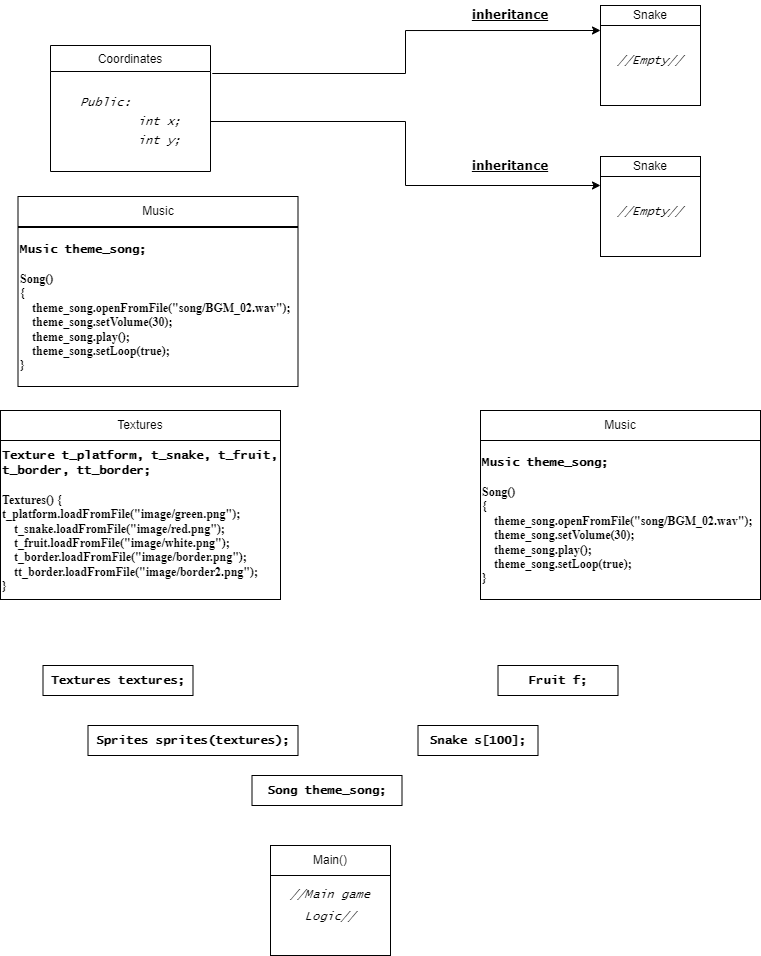
Earlier version of the draw.io export OOP_Snake_Project.drawio.png (MuhammadHamzaKhanMarwat/oop-SNAKE-project). Source tidied: cells renumbered, new cells last; positions are measured from the earlier drawing's top-left corner, leaving out a move shared by most shapes.
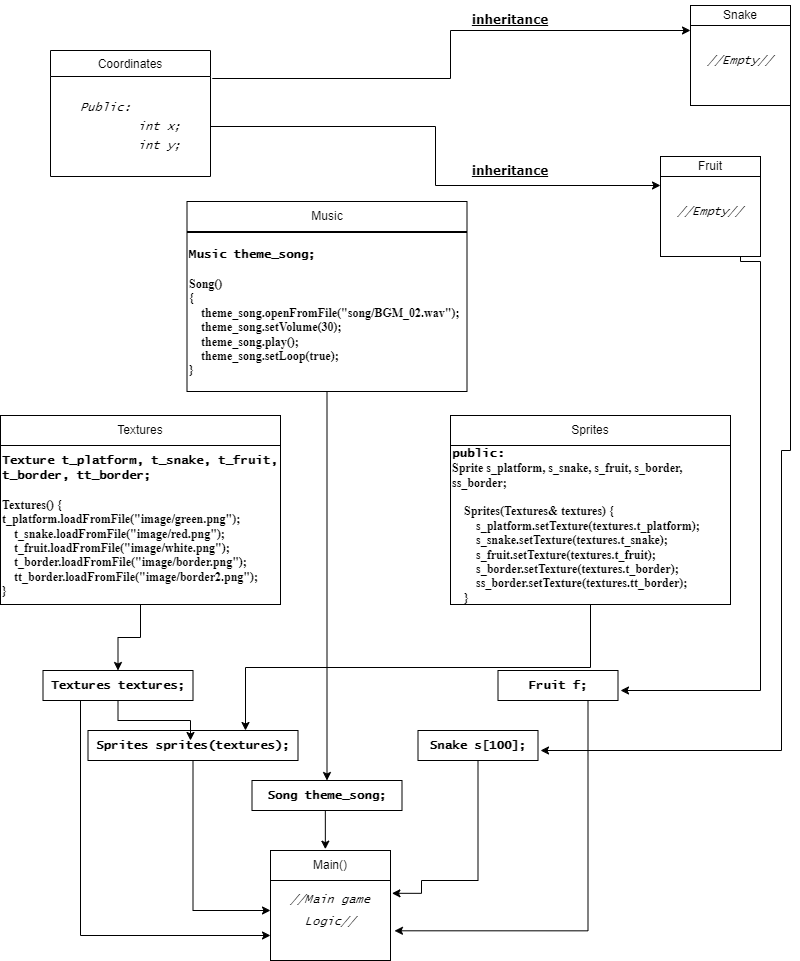
After the commit.

What changed in the source:
```diff
@@ -8,29 +8,46 @@
     <mxCell id="3" value="&lt;h4 style=&quot;line-height: 150%;&quot;&gt;&lt;div style=&quot;text-align: justify; line-height: 150%;&quot;&gt;&lt;i style=&quot;background-color: initial; font-weight: normal;&quot;&gt;&lt;font face=&quot;Lucida Console&quot;&gt;Public:&lt;/font&gt;&lt;/i&gt;&lt;/div&gt;&lt;div style=&quot;text-align: justify; line-height: 150%;&quot;&gt;&lt;i style=&quot;background-color: initial; font-weight: normal;&quot;&gt;&lt;font face=&quot;Lucida Console&quot;&gt;&lt;span style=&quot;white-space: pre;&quot;&gt;&#9;&lt;/span&gt;int x;&lt;/font&gt;&lt;/i&gt;&lt;/div&gt;&lt;i style=&quot;&quot;&gt;&lt;div style=&quot;text-align: justify; line-height: 150%;&quot;&gt;&lt;i style=&quot;background-color: initial; font-weight: normal;&quot;&gt;&lt;font face=&quot;Lucida Console&quot;&gt;&lt;span style=&quot;white-space: pre;&quot;&gt;&#9;&lt;/span&gt;int y;&lt;/font&gt;&lt;/i&gt;&lt;/div&gt;&lt;/i&gt;&lt;/h4&gt;" style="text;html=1;align=center;verticalAlign=middle;points=[];strokeColor=none;fillColor=none;" parent="2" vertex="1">
       <mxGeometry y="26" width="160" height="100" as="geometry" />
     </mxCell>
+    <mxCell id="29" style="edgeStyle=orthogonalEdgeStyle;rounded=0;jettySize=auto;html=1;exitX=1;exitY=1;exitDx=0;exitDy=0;" parent="1" edge="1" source="4">
+      <mxGeometry relative="1" as="geometry">
+        <mxPoint x="540" y="745" as="targetPoint" />
+        <Array as="points">
+          <mxPoint x="790" y="445" />
+          <mxPoint x="781" y="445" />
+          <mxPoint x="781" y="745" />
+        </Array>
+      </mxGeometry>
+    </mxCell>
     <mxCell id="4" style="whiteSpace=wrap;html=1;" parent="1" vertex="1">
-      <mxGeometry x="600" y="5" width="100" height="100" as="geometry" />
+      <mxGeometry x="690" width="100" height="100" as="geometry" />
     </mxCell>
     <mxCell id="5" style="rounded=0;whiteSpace=wrap;html=1;" parent="1" vertex="1">
-      <mxGeometry x="600" y="5" width="100" height="20" as="geometry" />
+      <mxGeometry x="690" width="100" height="20" as="geometry" />
     </mxCell>
     <mxCell id="6" value="Snake" style="text;html=1;strokeColor=none;fillColor=none;align=center;verticalAlign=middle;whiteSpace=wrap;rounded=0;" parent="1" vertex="1">
-      <mxGeometry x="620" width="60" height="30" as="geometry" />
+      <mxGeometry x="710" y="-5" width="60" height="30" as="geometry" />
     </mxCell>
     <mxCell id="7" value="&lt;i&gt;&lt;font face=&quot;Lucida Console&quot;&gt;//Empty//&lt;/font&gt;&lt;/i&gt;" style="text;html=1;strokeColor=none;fillColor=none;align=center;verticalAlign=middle;whiteSpace=wrap;rounded=0;" parent="1" vertex="1">
-      <mxGeometry x="620" y="45" width="60" height="30" as="geometry" />
+      <mxGeometry x="710" y="40" width="60" height="30" as="geometry" />
     </mxCell>
+    <mxCell id="30" style="edgeStyle=orthogonalEdgeStyle;rounded=0;jettySize=auto;html=1;" parent="1" edge="1" source="8">
+      <mxGeometry relative="1" as="geometry">
+        <mxPoint x="620" y="685" as="targetPoint" />
+        <Array as="points">
+          <mxPoint x="740" y="256" />
+          <mxPoint x="760" y="256" />
+          <mxPoint x="760" y="685" />
+        </Array>
+      </mxGeometry>
+    </mxCell>
     <mxCell id="8" style="whiteSpace=wrap;html=1;" parent="1" vertex="1">
-      <mxGeometry x="600" y="156" width="100" height="100" as="geometry" />
+      <mxGeometry x="660" y="151" width="100" height="100" as="geometry" />
     </mxCell>
-    <mxCell id="9" style="rounded=0;whiteSpace=wrap;html=1;" parent="1" vertex="1">
-      <mxGeometry x="600" y="156" width="100" height="20" as="geometry" />
+    <mxCell id="9" value="Fruit" style="rounded=0;whiteSpace=wrap;html=1;" parent="1" vertex="1">
+      <mxGeometry x="660" y="151" width="100" height="20" as="geometry" />
     </mxCell>
-    <mxCell id="10" value="Snake" style="text;html=1;strokeColor=none;fillColor=none;align=center;verticalAlign=middle;whiteSpace=wrap;rounded=0;" parent="1" vertex="1">
-      <mxGeometry x="620" y="151" width="60" height="30" as="geometry" />
-    </mxCell>
     <mxCell id="11" value="&lt;i&gt;&lt;font face=&quot;Lucida Console&quot;&gt;//Empty//&lt;/font&gt;&lt;/i&gt;" style="text;html=1;strokeColor=none;fillColor=none;align=center;verticalAlign=middle;whiteSpace=wrap;rounded=0;" parent="1" vertex="1">
-      <mxGeometry x="620" y="196" width="60" height="30" as="geometry" />
+      <mxGeometry x="680" y="191" width="60" height="30" as="geometry" />
     </mxCell>
     <mxCell id="12" style="edgeStyle=orthogonalEdgeStyle;rounded=0;jettySize=auto;html=1;entryX=0;entryY=0.25;entryDx=0;entryDy=0;exitX=1.011;exitY=0.02;exitDx=0;exitDy=0;exitPerimeter=0;" parent="1" edge="1" source="3" target="4">
       <mxGeometry relative="1" as="geometry" />
@@ -50,38 +67,75 @@
     <mxCell id="17" value="&lt;b style=&quot;&quot;&gt;&lt;u style=&quot;&quot;&gt;&lt;font face=&quot;Verdana&quot;&gt;inheritance&lt;/font&gt;&lt;/u&gt;&lt;/b&gt;" style="text;html=1;strokeColor=none;fillColor=none;align=center;verticalAlign=middle;whiteSpace=wrap;rounded=0;" parent="1" vertex="1">
       <mxGeometry x="480" width="60" height="30" as="geometry" />
     </mxCell>
+    <mxCell id="31" style="edgeStyle=orthogonalEdgeStyle;rounded=0;jettySize=auto;html=1;entryX=1.012;entryY=0.328;entryDx=0;entryDy=0;entryPerimeter=0;" parent="1" edge="1" source="18" target="14">
+      <mxGeometry relative="1" as="geometry">
+        <Array as="points">
+          <mxPoint x="478" y="875" />
+          <mxPoint x="421" y="875" />
+          <mxPoint x="421" y="888" />
+        </Array>
+      </mxGeometry>
+    </mxCell>
     <mxCell id="18" value="&lt;font face=&quot;Lucida Console&quot;&gt;&lt;b&gt;Snake s[100];&lt;/b&gt;&lt;/font&gt;" style="rounded=0;whiteSpace=wrap;html=1;" parent="1" vertex="1">
       <mxGeometry x="417.5" y="725" width="120" height="30" as="geometry" />
     </mxCell>
+    <mxCell id="32" style="edgeStyle=orthogonalEdgeStyle;rounded=0;jettySize=auto;html=1;exitX=0.75;exitY=1;exitDx=0;exitDy=0;entryX=1.033;entryY=0.703;entryDx=0;entryDy=0;entryPerimeter=0;" parent="1" edge="1" source="19" target="14">
+      <mxGeometry relative="1" as="geometry">
+        <Array as="points">
+          <mxPoint x="588" y="925" />
+        </Array>
+      </mxGeometry>
+    </mxCell>
     <mxCell id="19" value="&lt;b style=&quot;border-color: var(--border-color); font-family: &amp;quot;Lucida Console&amp;quot;;&quot;&gt;Fruit f;&lt;/b&gt;" style="rounded=0;whiteSpace=wrap;html=1;" parent="1" vertex="1">
       <mxGeometry x="497.5" y="665" width="120" height="30" as="geometry" />
     </mxCell>
     <mxCell id="20" value="&lt;font face=&quot;Lucida Console&quot;&gt;&lt;b&gt;Song theme_song;&lt;/b&gt;&lt;/font&gt;" style="rounded=0;whiteSpace=wrap;html=1;" parent="1" vertex="1">
       <mxGeometry x="251.5" y="775" width="150" height="30" as="geometry" />
     </mxCell>
+    <mxCell id="33" style="edgeStyle=orthogonalEdgeStyle;rounded=0;jettySize=auto;html=1;exitX=0.25;exitY=1;exitDx=0;exitDy=0;entryX=0;entryY=0.75;entryDx=0;entryDy=0;" parent="1" edge="1" source="21" target="14">
+      <mxGeometry relative="1" as="geometry" />
+    </mxCell>
     <mxCell id="21" value="&lt;font face=&quot;Lucida Console&quot;&gt;&lt;b&gt;Textures textures;&lt;/b&gt;&lt;/font&gt;" style="rounded=0;whiteSpace=wrap;html=1;" parent="1" vertex="1">
       <mxGeometry x="42.5" y="665" width="150" height="30" as="geometry" />
     </mxCell>
+    <mxCell id="34" style="edgeStyle=orthogonalEdgeStyle;rounded=0;jettySize=auto;html=1;entryX=0;entryY=0.5;entryDx=0;entryDy=0;" parent="1" edge="1" source="22" target="14">
+      <mxGeometry relative="1" as="geometry" />
+    </mxCell>
     <mxCell id="22" value="&lt;font face=&quot;Lucida Console&quot;&gt;&lt;b&gt;Sprites sprites(textures);&lt;/b&gt;&lt;/font&gt;" style="rounded=0;whiteSpace=wrap;html=1;" parent="1" vertex="1">
       <mxGeometry x="87.5" y="725" width="210" height="30" as="geometry" />
     </mxCell>
     <mxCell id="23" value="Music" style="rounded=0;whiteSpace=wrap;html=1;" parent="1" vertex="1">
-      <mxGeometry x="17.5" y="196" width="280" height="30" as="geometry" />
+      <mxGeometry x="186.5" y="196" width="280" height="30" as="geometry" />
     </mxCell>
+    <mxCell id="35" style="edgeStyle=orthogonalEdgeStyle;rounded=0;jettySize=auto;html=1;exitX=0.5;exitY=1;exitDx=0;exitDy=0;" parent="1" edge="1" source="24" target="20">
+      <mxGeometry relative="1" as="geometry" />
+    </mxCell>
     <mxCell id="24" value="&lt;div&gt;&lt;font face=&quot;Lucida Console&quot;&gt;&lt;b&gt;Music theme_song;&lt;/b&gt;&lt;/font&gt;&lt;/div&gt;&lt;div&gt;&lt;font face=&quot;EmI8eARShOcy2984bDzH&quot;&gt;&lt;b&gt;&lt;br&gt;&lt;/b&gt;&lt;/font&gt;&lt;/div&gt;&lt;div&gt;&lt;font face=&quot;EmI8eARShOcy2984bDzH&quot;&gt;&lt;b&gt;Song()&amp;nbsp;&lt;/b&gt;&lt;/font&gt;&lt;/div&gt;&lt;div&gt;&lt;font face=&quot;EmI8eARShOcy2984bDzH&quot;&gt;&lt;b&gt;{&lt;/b&gt;&lt;/font&gt;&lt;/div&gt;&lt;div&gt;&lt;font face=&quot;EmI8eARShOcy2984bDzH&quot;&gt;&lt;b&gt;&amp;nbsp; &amp;nbsp; theme_song.openFromFile(&quot;song/BGM_02.wav&quot;);&lt;span style=&quot;&quot;&gt;&lt;/span&gt;&lt;/b&gt;&lt;/font&gt;&lt;/div&gt;&lt;div&gt;&lt;span style=&quot;&quot;&gt;&lt;font face=&quot;EmI8eARShOcy2984bDzH&quot;&gt;&lt;b&gt;&lt;span style=&quot;&quot;&gt;&lt;span style=&quot;white-space: pre;&quot;&gt;&amp;nbsp;&amp;nbsp;&amp;nbsp;&amp;nbsp;&lt;/span&gt;&lt;/span&gt;theme_song.setVolume(30);&lt;/b&gt;&lt;/font&gt;&lt;/span&gt;&lt;/div&gt;&lt;div&gt;&lt;span style=&quot;&quot;&gt;&lt;font face=&quot;EmI8eARShOcy2984bDzH&quot;&gt;&lt;b&gt;&lt;span style=&quot;&quot;&gt;&lt;span style=&quot;white-space: pre;&quot;&gt;&amp;nbsp;&amp;nbsp;&amp;nbsp;&amp;nbsp;&lt;/span&gt;&lt;/span&gt;theme_song.play();&lt;/b&gt;&lt;/font&gt;&lt;/span&gt;&lt;/div&gt;&lt;div&gt;&lt;span style=&quot;&quot;&gt;&lt;font face=&quot;EmI8eARShOcy2984bDzH&quot;&gt;&lt;b&gt;&lt;span style=&quot;&quot;&gt;&lt;span style=&quot;white-space: pre;&quot;&gt;&amp;nbsp;&amp;nbsp;&amp;nbsp;&amp;nbsp;&lt;/span&gt;&lt;/span&gt;theme_song.setLoop(true);&lt;/b&gt;&lt;/font&gt;&lt;/span&gt;&lt;/div&gt;&lt;div&gt;&lt;font face=&quot;EmI8eARShOcy2984bDzH&quot;&gt;&lt;b&gt;}&lt;/b&gt;&lt;/font&gt;&lt;/div&gt;" style="rounded=0;whiteSpace=wrap;html=1;align=left;" parent="1" vertex="1">
-      <mxGeometry x="17.5" y="227" width="280" height="159" as="geometry" />
+      <mxGeometry x="186.5" y="227" width="280" height="159" as="geometry" />
     </mxCell>
     <mxCell id="25" value="Textures" style="rounded=0;whiteSpace=wrap;html=1;" parent="1" vertex="1">
       <mxGeometry y="410" width="280" height="30" as="geometry" />
     </mxCell>
+    <mxCell id="36" style="edgeStyle=orthogonalEdgeStyle;rounded=0;jettySize=auto;html=1;" parent="1" edge="1" source="26" target="21">
+      <mxGeometry relative="1" as="geometry" />
+    </mxCell>
     <mxCell id="26" value="&lt;div&gt;&lt;font style=&quot;&quot; face=&quot;Lucida Console&quot;&gt;&lt;b&gt;Texture t_platform, t_snake, t_fruit, t_border, tt_border;&lt;/b&gt;&lt;/font&gt;&lt;/div&gt;&lt;div&gt;&lt;font face=&quot;qkfW8gjGQyR6Fdm8LcyY&quot;&gt;&lt;b&gt;&lt;br&gt;&lt;/b&gt;&lt;/font&gt;&lt;/div&gt;&lt;div&gt;&lt;font face=&quot;qkfW8gjGQyR6Fdm8LcyY&quot;&gt;&lt;b&gt;Textures() {&lt;/b&gt;&lt;/font&gt;&lt;/div&gt;&lt;div&gt;&lt;font face=&quot;qkfW8gjGQyR6Fdm8LcyY&quot;&gt;&lt;b&gt;t_platform.loadFromFile(&quot;image/green.png&quot;);&lt;span style=&quot;&quot;&gt;&lt;/span&gt;&lt;/b&gt;&lt;/font&gt;&lt;/div&gt;&lt;div&gt;&lt;span style=&quot;&quot;&gt;&lt;font face=&quot;qkfW8gjGQyR6Fdm8LcyY&quot;&gt;&lt;b&gt;&lt;span style=&quot;&quot;&gt;&lt;span style=&quot;white-space: pre;&quot;&gt;&amp;nbsp;&amp;nbsp;&amp;nbsp;&amp;nbsp;&lt;/span&gt;&lt;/span&gt;t_snake.loadFromFile(&quot;image/red.png&quot;);&lt;/b&gt;&lt;/font&gt;&lt;/span&gt;&lt;/div&gt;&lt;div&gt;&lt;span style=&quot;&quot;&gt;&lt;font face=&quot;qkfW8gjGQyR6Fdm8LcyY&quot;&gt;&lt;b&gt;&lt;span style=&quot;&quot;&gt;&lt;span style=&quot;white-space: pre;&quot;&gt;&amp;nbsp;&amp;nbsp;&amp;nbsp;&amp;nbsp;&lt;/span&gt;&lt;/span&gt;t_fruit.loadFromFile(&quot;image/white.png&quot;);&lt;/b&gt;&lt;/font&gt;&lt;/span&gt;&lt;/div&gt;&lt;div&gt;&lt;span style=&quot;&quot;&gt;&lt;font face=&quot;qkfW8gjGQyR6Fdm8LcyY&quot;&gt;&lt;b&gt;&lt;span style=&quot;&quot;&gt;&lt;span style=&quot;white-space: pre;&quot;&gt;&amp;nbsp;&amp;nbsp;&amp;nbsp;&amp;nbsp;&lt;/span&gt;&lt;/span&gt;t_border.loadFromFile(&quot;image/border.png&quot;);&lt;/b&gt;&lt;/font&gt;&lt;/span&gt;&lt;/div&gt;&lt;div&gt;&lt;span style=&quot;&quot;&gt;&lt;font face=&quot;qkfW8gjGQyR6Fdm8LcyY&quot;&gt;&lt;b&gt;&lt;span style=&quot;&quot;&gt;&lt;span style=&quot;white-space: pre;&quot;&gt;&amp;nbsp;&amp;nbsp;&amp;nbsp;&amp;nbsp;&lt;/span&gt;&lt;/span&gt;tt_border.loadFromFile(&quot;image/border2.png&quot;);&lt;/b&gt;&lt;/font&gt;&lt;/span&gt;&lt;/div&gt;&lt;div&gt;&lt;font style=&quot;&quot; face=&quot;qkfW8gjGQyR6Fdm8LcyY&quot;&gt;&lt;b&gt;}&lt;/b&gt;&lt;/font&gt;&lt;/div&gt;" style="rounded=0;whiteSpace=wrap;html=1;align=left;" parent="1" vertex="1">
       <mxGeometry y="440" width="280" height="159" as="geometry" />
     </mxCell>
-    <mxCell id="27" value="Music" style="rounded=0;whiteSpace=wrap;html=1;" parent="1" vertex="1">
-      <mxGeometry x="480" y="410" width="280" height="30" as="geometry" />
+    <mxCell id="27" value="Sprites" style="rounded=0;whiteSpace=wrap;html=1;" parent="1" vertex="1">
+      <mxGeometry x="450" y="410" width="280" height="30" as="geometry" />
     </mxCell>
+    <mxCell id="37" style="edgeStyle=orthogonalEdgeStyle;rounded=0;jettySize=auto;html=1;exitX=0.5;exitY=1;exitDx=0;exitDy=0;entryX=0.75;entryY=0;entryDx=0;entryDy=0;" parent="1" edge="1" source="28" target="22">
+      <mxGeometry relative="1" as="geometry" />
+    </mxCell>
-    <mxCell id="28" value="&lt;div&gt;&lt;font face=&quot;Lucida Console&quot;&gt;&lt;b&gt;Music theme_song;&lt;/b&gt;&lt;/font&gt;&lt;/div&gt;&lt;div&gt;&lt;font face=&quot;EmI8eARShOcy2984bDzH&quot;&gt;&lt;b&gt;&lt;br&gt;&lt;/b&gt;&lt;/font&gt;&lt;/div&gt;&lt;div&gt;&lt;font face=&quot;EmI8eARShOcy2984bDzH&quot;&gt;&lt;b&gt;Song()&amp;nbsp;&lt;/b&gt;&lt;/font&gt;&lt;/div&gt;&lt;div&gt;&lt;font face=&quot;EmI8eARShOcy2984bDzH&quot;&gt;&lt;b&gt;{&lt;/b&gt;&lt;/font&gt;&lt;/div&gt;&lt;div&gt;&lt;font face=&quot;EmI8eARShOcy2984bDzH&quot;&gt;&lt;b&gt;&amp;nbsp; &amp;nbsp; theme_song.openFromFile(&quot;song/BGM_02.wav&quot;);&lt;span style=&quot;&quot;&gt;&lt;/span&gt;&lt;/b&gt;&lt;/font&gt;&lt;/div&gt;&lt;div&gt;&lt;span style=&quot;&quot;&gt;&lt;font face=&quot;EmI8eARShOcy2984bDzH&quot;&gt;&lt;b&gt;&lt;span style=&quot;&quot;&gt;&lt;span style=&quot;white-space: pre;&quot;&gt;&amp;nbsp;&amp;nbsp;&amp;nbsp;&amp;nbsp;&lt;/span&gt;&lt;/span&gt;theme_song.setVolume(30);&lt;/b&gt;&lt;/font&gt;&lt;/span&gt;&lt;/div&gt;&lt;div&gt;&lt;span style=&quot;&quot;&gt;&lt;font face=&quot;EmI8eARShOcy2984bDzH&quot;&gt;&lt;b&gt;&lt;span style=&quot;&quot;&gt;&lt;span style=&quot;white-space: pre;&quot;&gt;&amp;nbsp;&amp;nbsp;&amp;nbsp;&amp;nbsp;&lt;/span&gt;&lt;/span&gt;theme_song.play();&lt;/b&gt;&lt;/font&gt;&lt;/span&gt;&lt;/div&gt;&lt;div&gt;&lt;span style=&quot;&quot;&gt;&lt;font face=&quot;EmI8eARShOcy2984bDzH&quot;&gt;&lt;b&gt;&lt;span style=&quot;&quot;&gt;&lt;span style=&quot;white-space: pre;&quot;&gt;&amp;nbsp;&amp;nbsp;&amp;nbsp;&amp;nbsp;&lt;/span&gt;&lt;/span&gt;theme_song.setLoop(true);&lt;/b&gt;&lt;/font&gt;&lt;/span&gt;&lt;/div&gt;&lt;div&gt;&lt;font face=&quot;EmI8eARShOcy2984bDzH&quot;&gt;&lt;b&gt;}&lt;/b&gt;&lt;/font&gt;&lt;/div&gt;" style="rounded=0;whiteSpace=wrap;html=1;align=left;" parent="1" vertex="1">
-      <mxGeometry x="480" y="440" width="280" height="159" as="geometry" />
+    <mxCell id="28" value="&lt;div&gt;&lt;font style=&quot;&quot; face=&quot;Lucida Console&quot;&gt;&lt;b&gt;public:&lt;/b&gt;&lt;/font&gt;&lt;/div&gt;&lt;div&gt;&lt;font face=&quot;yuA3Xb2LigXVsa4bIMqP&quot;&gt;&lt;b&gt;Sprite s_platform, s_snake, s_fruit, s_border, ss_border;&lt;span style=&quot;&quot;&gt;&lt;/span&gt;&lt;/b&gt;&lt;/font&gt;&lt;/div&gt;&lt;div&gt;&lt;font face=&quot;yuA3Xb2LigXVsa4bIMqP&quot;&gt;&lt;b&gt;&lt;br&gt;&lt;/b&gt;&lt;/font&gt;&lt;/div&gt;&lt;div&gt;&lt;span style=&quot;&quot;&gt;&lt;font face=&quot;yuA3Xb2LigXVsa4bIMqP&quot;&gt;&lt;b&gt;&lt;span style=&quot;&quot;&gt;&lt;span style=&quot;white-space: pre;&quot;&gt;&amp;nbsp;&amp;nbsp;&amp;nbsp;&amp;nbsp;&lt;/span&gt;&lt;/span&gt;Sprites(Textures&amp;amp; textures) {&lt;/b&gt;&lt;/font&gt;&lt;/span&gt;&lt;/div&gt;&lt;div&gt;&lt;span style=&quot;&quot;&gt;&lt;font face=&quot;yuA3Xb2LigXVsa4bIMqP&quot;&gt;&lt;b&gt;&lt;span style=&quot;&quot;&gt;&lt;span style=&quot;white-space: pre;&quot;&gt;&amp;nbsp;&amp;nbsp;&amp;nbsp;&amp;nbsp;&lt;/span&gt;&lt;span style=&quot;white-space: pre;&quot;&gt;&amp;nbsp;&amp;nbsp;&amp;nbsp;&amp;nbsp;&lt;/span&gt;&lt;/span&gt;s_platform.setTexture(textures.t_platform);&lt;/b&gt;&lt;/font&gt;&lt;/span&gt;&lt;/div&gt;&lt;div&gt;&lt;span style=&quot;&quot;&gt;&lt;font face=&quot;yuA3Xb2LigXVsa4bIMqP&quot;&gt;&lt;b&gt;&lt;span style=&quot;&quot;&gt;&lt;span style=&quot;white-space: pre;&quot;&gt;&amp;nbsp;&amp;nbsp;&amp;nbsp;&amp;nbsp;&lt;/span&gt;&lt;span style=&quot;white-space: pre;&quot;&gt;&amp;nbsp;&amp;nbsp;&amp;nbsp;&amp;nbsp;&lt;/span&gt;&lt;/span&gt;s_snake.setTexture(textures.t_snake);&lt;/b&gt;&lt;/font&gt;&lt;/span&gt;&lt;/div&gt;&lt;div&gt;&lt;span style=&quot;&quot;&gt;&lt;font face=&quot;yuA3Xb2LigXVsa4bIMqP&quot;&gt;&lt;b&gt;&lt;span style=&quot;&quot;&gt;&lt;span style=&quot;white-space: pre;&quot;&gt;&amp;nbsp;&amp;nbsp;&amp;nbsp;&amp;nbsp;&lt;/span&gt;&lt;span style=&quot;white-space: pre;&quot;&gt;&amp;nbsp;&amp;nbsp;&amp;nbsp;&amp;nbsp;&lt;/span&gt;&lt;/span&gt;s_fruit.setTexture(textures.t_fruit);&lt;/b&gt;&lt;/font&gt;&lt;/span&gt;&lt;/div&gt;&lt;div&gt;&lt;span style=&quot;&quot;&gt;&lt;font face=&quot;yuA3Xb2LigXVsa4bIMqP&quot;&gt;&lt;b&gt;&lt;span style=&quot;&quot;&gt;&lt;span style=&quot;white-space: pre;&quot;&gt;&amp;nbsp;&amp;nbsp;&amp;nbsp;&amp;nbsp;&lt;/span&gt;&lt;span style=&quot;white-space: pre;&quot;&gt;&amp;nbsp;&amp;nbsp;&amp;nbsp;&amp;nbsp;&lt;/span&gt;&lt;/span&gt;s_border.setTexture(textures.t_border);&lt;/b&gt;&lt;/font&gt;&lt;/span&gt;&lt;/div&gt;&lt;div&gt;&lt;span style=&quot;&quot;&gt;&lt;font face=&quot;yuA3Xb2LigXVsa4bIMqP&quot;&gt;&lt;b&gt;&lt;span style=&quot;&quot;&gt;&lt;span style=&quot;white-space: pre;&quot;&gt;&amp;nbsp;&amp;nbsp;&amp;nbsp;&amp;nbsp;&lt;/span&gt;&lt;span style=&quot;white-space: pre;&quot;&gt;&amp;nbsp;&amp;nbsp;&amp;nbsp;&amp;nbsp;&lt;/span&gt;&lt;/span&gt;ss_border.setTexture(textures.tt_border);&lt;/b&gt;&lt;/font&gt;&lt;/span&gt;&lt;/div&gt;&lt;div&gt;&lt;font style=&quot;&quot; face=&quot;yuA3Xb2LigXVsa4bIMqP&quot;&gt;&lt;b&gt;&lt;span style=&quot;white-space: pre;&quot;&gt;&amp;nbsp;&amp;nbsp;&amp;nbsp;&amp;nbsp;&lt;/span&gt;}&lt;/b&gt;&lt;/font&gt;&lt;/div&gt;" style="rounded=0;whiteSpace=wrap;html=1;align=left;" parent="1" vertex="1">
+      <mxGeometry x="450" y="440" width="280" height="159" as="geometry" />
     </mxCell>
+    <mxCell id="38" style="edgeStyle=orthogonalEdgeStyle;rounded=0;jettySize=auto;html=1;exitX=0.5;exitY=1;exitDx=0;exitDy=0;entryX=0.488;entryY=0.333;entryDx=0;entryDy=0;entryPerimeter=0;" parent="1" edge="1" source="21" target="22">
+      <mxGeometry relative="1" as="geometry" />
+    </mxCell>
+    <mxCell id="39" style="edgeStyle=orthogonalEdgeStyle;rounded=0;jettySize=auto;html=1;exitX=0.5;exitY=1;exitDx=0;exitDy=0;entryX=0.457;entryY=-0.044;entryDx=0;entryDy=0;entryPerimeter=0;" parent="1" edge="1" source="20" target="15">
+      <mxGeometry relative="1" as="geometry" />
+    </mxCell>
   </root>
 </mxGraphModel>
```
